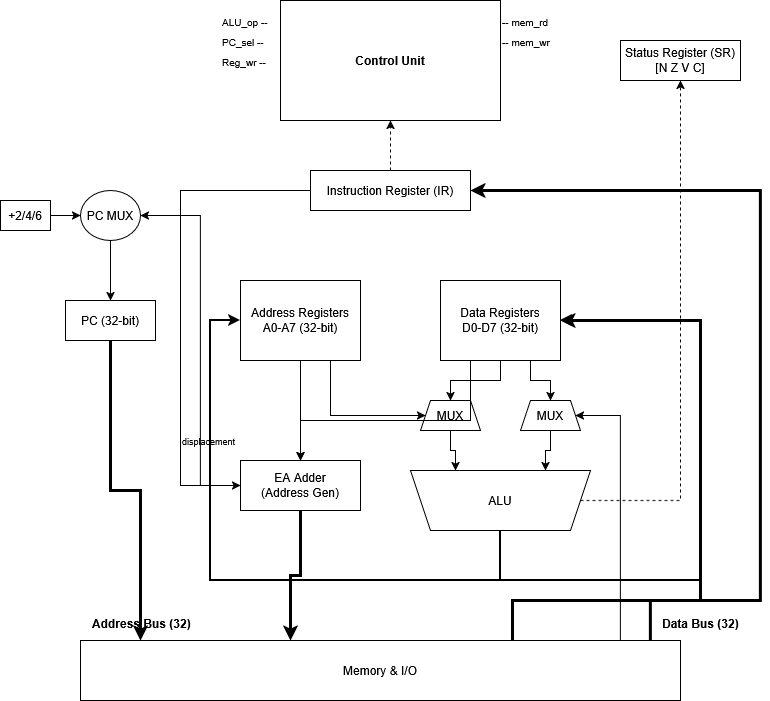
Earlier version of the draw.io export ak_lab_3_5.drawio.png (Dmitry-Kuzmin456/ak_lab3_scheme). Source tidied: cells renumbered, new cells last; positions are measured from the earlier drawing's top-left corner, leaving out a move shared by most shapes.
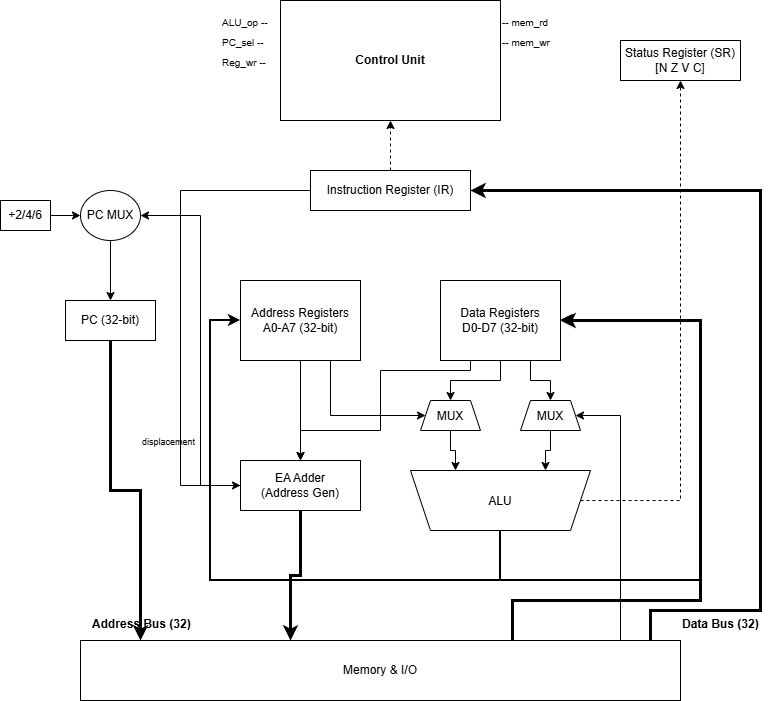
After the commit.

What changed in the source:
```diff
@@ -120,8 +120,8 @@
     <mxCell id="34" style="edgeStyle=orthogonalEdgeStyle;rounded=0;html=1;exitX=0.95;exitY=0;entryX=1;entryY=0.5;strokeWidth=3;" parent="1" edge="1" source="20" target="8">
       <mxGeometry relative="1" as="geometry">
         <Array as="points">
-          <mxPoint x="650" y="600" />
-          <mxPoint x="760" y="600" />
+          <mxPoint x="650" y="610" />
+          <mxPoint x="760" y="610" />
           <mxPoint x="760" y="190" />
         </Array>
       </mxGeometry>
@@ -144,11 +144,13 @@
         </Array>
       </mxGeometry>
     </mxCell>
-    <mxCell id="37" style="edgeStyle=orthogonalEdgeStyle;rounded=0;html=1;exitX=0.25;exitY=1;entryX=0.5;entryY=0;" parent="1" edge="1" source="15" target="16">
+    <mxCell id="37" style="edgeStyle=orthogonalEdgeStyle;rounded=0;html=1;exitX=0.25;exitY=1;entryX=0.5;entryY=0;entryDx=0;entryDy=0;" parent="1" edge="1" source="15" target="16">
       <mxGeometry relative="1" as="geometry">
         <Array as="points">
-          <mxPoint x="470" y="420" />
-          <mxPoint x="300" y="420" />
+          <mxPoint x="470" y="370" />
+          <mxPoint x="380" y="370" />
+          <mxPoint x="380" y="430" />
+          <mxPoint x="300" y="430" />
         </Array>
       </mxGeometry>
     </mxCell>
@@ -169,13 +171,13 @@
       </mxGeometry>
     </mxCell>
     <mxCell id="40" value="Data Bus (32)" style="text;fontStyle=1;" parent="1" vertex="1">
-      <mxGeometry x="660" y="610" width="80" height="20" as="geometry" />
+      <mxGeometry x="680" y="610" width="80" height="20" as="geometry" />
     </mxCell>
     <mxCell id="41" value="Address Bus (32)" style="text;fontStyle=1;" parent="1" vertex="1">
       <mxGeometry x="90" y="610" width="100" height="20" as="geometry" />
     </mxCell>
     <mxCell id="42" value="displacement" style="text;fontSize=9;" parent="1" vertex="1">
-      <mxGeometry x="180" y="430" width="70" height="20" as="geometry" />
+      <mxGeometry x="140" y="430" width="70" height="20" as="geometry" />
     </mxCell>
   </root>
 </mxGraphModel>
```
